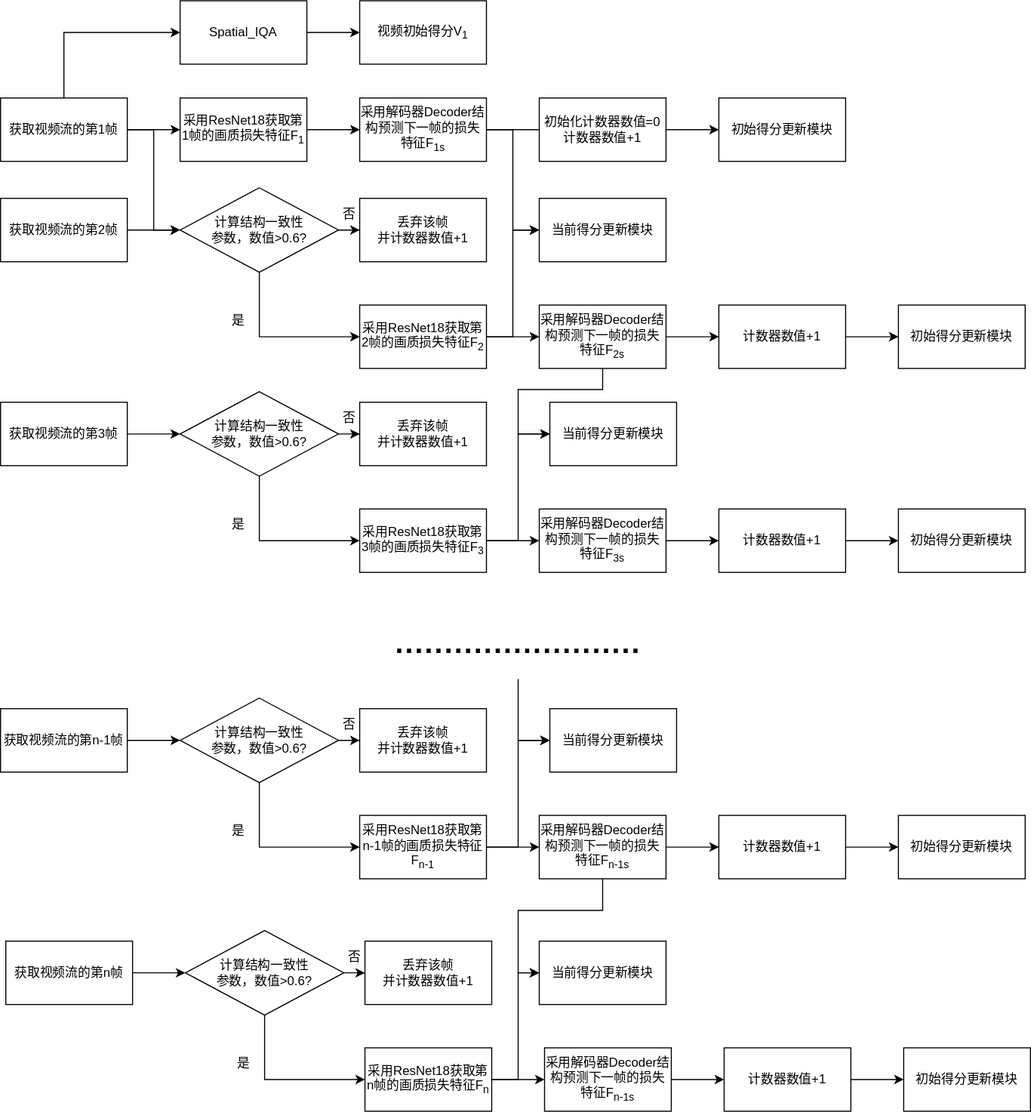
Before: stream_video_quality_assessment_flowchart.drawio.svg, a diagram exported from draw.io (hrf666666/FlowCharts). Source tidied: cells renumbered, new cells last; positions are measured from the earlier drawing's top-left corner, leaving out a move shared by most shapes.
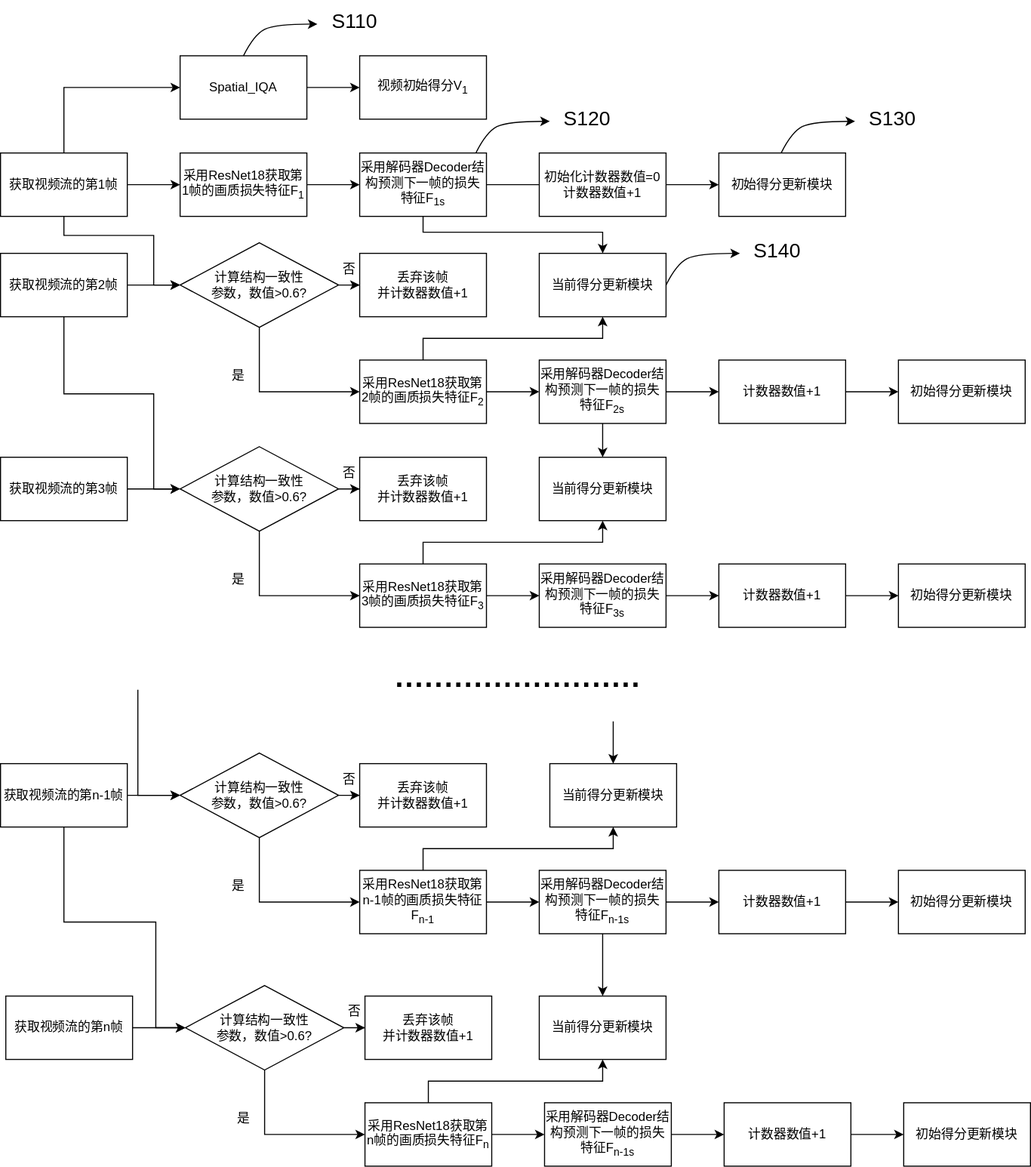
The same diagram one commit later.

Diff of the diagram source:
```diff
@@ -5,12 +5,18 @@
     <mxCell id="2" style="edgeStyle=orthogonalEdgeStyle;rounded=0;jettySize=auto;html=1;exitX=0.5;exitY=0;exitDx=0;exitDy=0;entryX=0;entryY=0.5;entryDx=0;entryDy=0;" parent="1" edge="1" source="5" target="7">
       <mxGeometry relative="1" as="geometry" />
     </mxCell>
+    <mxCell id="4" style="edgeStyle=orthogonalEdgeStyle;rounded=0;jettySize=auto;html=1;exitX=1;exitY=0.5;exitDx=0;exitDy=0;entryX=0;entryY=0.5;entryDx=0;entryDy=0;" parent="1" edge="1" source="5" target="10">
+      <mxGeometry relative="1" as="geometry" />
+    </mxCell>
     <mxCell id="3" style="edgeStyle=orthogonalEdgeStyle;rounded=0;jettySize=auto;html=1;entryX=0;entryY=0.5;entryDx=0;entryDy=0;" parent="1" edge="1" source="5" target="26">
-      <mxGeometry relative="1" as="geometry" />
+      <mxGeometry relative="1" as="geometry">
+        <Array as="points">
+          <mxPoint x="60" y="170" />
+          <mxPoint x="145" y="170" />
+          <mxPoint x="145" y="217" />
+        </Array>
+      </mxGeometry>
     </mxCell>
-    <mxCell id="4" style="edgeStyle=orthogonalEdgeStyle;rounded=0;jettySize=auto;html=1;exitX=1;exitY=0.5;exitDx=0;exitDy=0;entryX=0;entryY=0.5;entryDx=0;entryDy=0;" parent="1" edge="1" source="5" target="10">
-      <mxGeometry relative="1" as="geometry" />
-    </mxCell>
     <mxCell id="5" value="获取视频流的第1帧" style="rounded=0;whiteSpace=wrap;html=1;" parent="1" vertex="1">
       <mxGeometry y="92" width="120" height="60" as="geometry" />
     </mxCell>
@@ -34,8 +40,13 @@
         <mxPoint x="530" y="122" as="targetPoint" />
       </mxGeometry>
     </mxCell>
-    <mxCell id="12" style="edgeStyle=orthogonalEdgeStyle;rounded=0;jettySize=auto;html=1;entryX=0;entryY=0.5;entryDx=0;entryDy=0;" parent="1" edge="1" source="13" target="34">
-      <mxGeometry relative="1" as="geometry" />
+    <mxCell id="12" style="edgeStyle=orthogonalEdgeStyle;rounded=0;jettySize=auto;html=1;entryX=0.5;entryY=0;entryDx=0;entryDy=0;exitX=0.5;exitY=1;exitDx=0;exitDy=0;" parent="1" edge="1" source="13" target="34">
+      <mxGeometry relative="1" as="geometry">
+        <Array as="points">
+          <mxPoint x="400" y="167" />
+          <mxPoint x="570" y="167" />
+        </Array>
+      </mxGeometry>
     </mxCell>
     <mxCell id="13" value="采用解码器Decoder结构预测下一帧的损失特征F&lt;sub&gt;1s&lt;/sub&gt;" style="rounded=0;whiteSpace=wrap;html=1;" parent="1" vertex="1">
       <mxGeometry x="340" y="92" width="120" height="60" as="geometry" />
@@ -45,13 +56,22 @@
         <mxPoint x="170" y="217" as="targetPoint" />
       </mxGeometry>
     </mxCell>
+    <mxCell id="89" style="edgeStyle=orthogonalEdgeStyle;rounded=0;jettySize=auto;html=1;entryX=0;entryY=0.5;entryDx=0;entryDy=0;" parent="1" edge="1" source="15" target="46">
+      <mxGeometry relative="1" as="geometry">
+        <Array as="points">
+          <mxPoint x="60" y="320" />
+          <mxPoint x="145" y="320" />
+          <mxPoint x="145" y="410" />
+        </Array>
+      </mxGeometry>
+    </mxCell>
     <mxCell id="15" value="获取视频流的第2帧" style="rounded=0;whiteSpace=wrap;html=1;" parent="1" vertex="1">
       <mxGeometry y="187" width="120" height="60" as="geometry" />
     </mxCell>
     <mxCell id="16" style="edgeStyle=orthogonalEdgeStyle;rounded=0;jettySize=auto;html=1;entryX=0;entryY=0.5;entryDx=0;entryDy=0;" parent="1" edge="1" source="18" target="21">
       <mxGeometry relative="1" as="geometry" />
     </mxCell>
-    <mxCell id="17" style="edgeStyle=orthogonalEdgeStyle;rounded=0;jettySize=auto;html=1;entryX=0;entryY=0.5;entryDx=0;entryDy=0;" parent="1" edge="1" source="18" target="34">
+    <mxCell id="17" style="edgeStyle=orthogonalEdgeStyle;rounded=0;jettySize=auto;html=1;entryX=0.5;entryY=1;entryDx=0;entryDy=0;exitX=0.5;exitY=0;exitDx=0;exitDy=0;" parent="1" edge="1" source="18" target="34">
       <mxGeometry relative="1" as="geometry" />
     </mxCell>
     <mxCell id="18" value="采用ResNet18获取第2帧的画质损失特征F&lt;sub&gt;2&lt;/sub&gt;" style="rounded=0;whiteSpace=wrap;html=1;" parent="1" vertex="1">
@@ -60,14 +80,8 @@
     <mxCell id="19" style="edgeStyle=orthogonalEdgeStyle;rounded=0;jettySize=auto;html=1;entryX=0;entryY=0.5;entryDx=0;entryDy=0;" parent="1" edge="1" source="21" target="23">
       <mxGeometry relative="1" as="geometry" />
     </mxCell>
-    <mxCell id="20" style="edgeStyle=orthogonalEdgeStyle;rounded=0;jettySize=auto;html=1;entryX=0;entryY=0.5;entryDx=0;entryDy=0;" parent="1" edge="1" source="21" target="51">
-      <mxGeometry relative="1" as="geometry">
-        <Array as="points">
-          <mxPoint x="570" y="368" />
-          <mxPoint x="490" y="368" />
-          <mxPoint x="490" y="410" />
-        </Array>
-      </mxGeometry>
+    <mxCell id="20" style="edgeStyle=orthogonalEdgeStyle;rounded=0;jettySize=auto;html=1;" parent="1" edge="1" source="21" target="51">
+      <mxGeometry relative="1" as="geometry" />
     </mxCell>
     <mxCell id="21" value="采用解码器Decoder结构预测下一帧的损失特征F&lt;sub&gt;2s&lt;/sub&gt;" style="rounded=0;whiteSpace=wrap;html=1;" parent="1" vertex="1">
       <mxGeometry x="510" y="288" width="120" height="60" as="geometry" />
@@ -122,7 +136,7 @@
     <mxCell id="37" style="edgeStyle=orthogonalEdgeStyle;rounded=0;jettySize=auto;html=1;entryX=0;entryY=0.5;entryDx=0;entryDy=0;" parent="1" edge="1" source="39" target="41">
       <mxGeometry relative="1" as="geometry" />
     </mxCell>
-    <mxCell id="38" style="edgeStyle=orthogonalEdgeStyle;rounded=0;jettySize=auto;html=1;entryX=0;entryY=0.5;entryDx=0;entryDy=0;" parent="1" edge="1" source="39" target="51">
+    <mxCell id="38" style="edgeStyle=orthogonalEdgeStyle;rounded=0;jettySize=auto;html=1;entryX=0.5;entryY=1;entryDx=0;entryDy=0;exitX=0.5;exitY=0;exitDx=0;exitDy=0;" parent="1" edge="1" source="39" target="51">
       <mxGeometry relative="1" as="geometry" />
     </mxCell>
     <mxCell id="39" value="采用ResNet18获取第3帧的画质损失特征F&lt;sub&gt;3&lt;/sub&gt;" style="rounded=0;whiteSpace=wrap;html=1;" parent="1" vertex="1">
@@ -162,20 +176,29 @@
       <mxGeometry x="850" y="481" width="120" height="60" as="geometry" />
     </mxCell>
     <mxCell id="51" value="当前得分更新模块" style="rounded=0;whiteSpace=wrap;html=1;" parent="1" vertex="1">
-      <mxGeometry x="520" y="380" width="120" height="60" as="geometry" />
+      <mxGeometry x="510" y="380" width="120" height="60" as="geometry" />
     </mxCell>
     <mxCell id="52" style="edgeStyle=orthogonalEdgeStyle;rounded=0;jettySize=auto;html=1;" parent="1" edge="1" source="53">
       <mxGeometry relative="1" as="geometry">
         <mxPoint x="170" y="700" as="targetPoint" />
       </mxGeometry>
     </mxCell>
+    <mxCell id="90" style="edgeStyle=orthogonalEdgeStyle;rounded=0;jettySize=auto;html=1;entryX=0;entryY=0.5;entryDx=0;entryDy=0;" parent="1" edge="1" source="53" target="82">
+      <mxGeometry relative="1" as="geometry">
+        <Array as="points">
+          <mxPoint x="60" y="820" />
+          <mxPoint x="147" y="820" />
+          <mxPoint x="147" y="920" />
+        </Array>
+      </mxGeometry>
+    </mxCell>
     <mxCell id="53" value="获取视频流的第n-1帧" style="rounded=0;whiteSpace=wrap;html=1;" parent="1" vertex="1">
       <mxGeometry y="670" width="120" height="60" as="geometry" />
     </mxCell>
     <mxCell id="54" style="edgeStyle=orthogonalEdgeStyle;rounded=0;jettySize=auto;html=1;entryX=0;entryY=0.5;entryDx=0;entryDy=0;" parent="1" edge="1" source="56" target="59">
       <mxGeometry relative="1" as="geometry" />
     </mxCell>
-    <mxCell id="55" style="edgeStyle=orthogonalEdgeStyle;rounded=0;jettySize=auto;html=1;entryX=0;entryY=0.5;entryDx=0;entryDy=0;" parent="1" edge="1" source="56" target="69">
+    <mxCell id="55" style="edgeStyle=orthogonalEdgeStyle;rounded=0;jettySize=auto;html=1;entryX=0.5;entryY=1;entryDx=0;entryDy=0;exitX=0.5;exitY=0;exitDx=0;exitDy=0;" parent="1" edge="1" source="56" target="69">
       <mxGeometry relative="1" as="geometry" />
     </mxCell>
     <mxCell id="56" value="采用ResNet18获取第n-1帧的画质损失特征F&lt;sub&gt;n-1&lt;/sub&gt;" style="rounded=0;whiteSpace=wrap;html=1;" parent="1" vertex="1">
@@ -184,14 +207,8 @@
     <mxCell id="57" style="edgeStyle=orthogonalEdgeStyle;rounded=0;jettySize=auto;html=1;entryX=0;entryY=0.5;entryDx=0;entryDy=0;" parent="1" edge="1" source="59" target="61">
       <mxGeometry relative="1" as="geometry" />
     </mxCell>
-    <mxCell id="58" style="edgeStyle=orthogonalEdgeStyle;rounded=0;jettySize=auto;html=1;entryX=0;entryY=0.5;entryDx=0;entryDy=0;" parent="1" edge="1" source="59" target="87">
-      <mxGeometry relative="1" as="geometry">
-        <Array as="points">
-          <mxPoint x="570" y="861" />
-          <mxPoint x="490" y="861" />
-          <mxPoint x="490" y="920" />
-        </Array>
-      </mxGeometry>
+    <mxCell id="58" style="edgeStyle=orthogonalEdgeStyle;rounded=0;jettySize=auto;html=1;" parent="1" edge="1" source="59" target="87">
+      <mxGeometry relative="1" as="geometry" />
     </mxCell>
     <mxCell id="59" value="采用解码器Decoder结构预测下一帧的损失特征F&lt;sub&gt;n-1s&lt;/sub&gt;" style="rounded=0;whiteSpace=wrap;html=1;" parent="1" vertex="1">
       <mxGeometry x="510" y="771" width="120" height="60" as="geometry" />
@@ -227,7 +244,7 @@
       <mxGeometry x="520" y="670" width="120" height="60" as="geometry" />
     </mxCell>
     <mxCell id="70" value="&lt;font style=&quot;font-size: 28px;&quot;&gt;&lt;b&gt;·························&lt;/b&gt;&lt;/font&gt;" style="text;html=1;align=center;verticalAlign=middle;strokeColor=none;fillColor=none;" parent="1" vertex="1">
-      <mxGeometry x="360" y="590" width="260" height="50" as="geometry" />
+      <mxGeometry x="360" y="570" width="260" height="50" as="geometry" />
     </mxCell>
     <mxCell id="71" style="edgeStyle=orthogonalEdgeStyle;rounded=0;jettySize=auto;html=1;" parent="1" edge="1" source="72">
       <mxGeometry relative="1" as="geometry">
@@ -240,13 +257,8 @@
     <mxCell id="73" style="edgeStyle=orthogonalEdgeStyle;rounded=0;jettySize=auto;html=1;entryX=0;entryY=0.5;entryDx=0;entryDy=0;" parent="1" edge="1" source="75" target="77">
       <mxGeometry relative="1" as="geometry" />
     </mxCell>
-    <mxCell id="74" style="edgeStyle=orthogonalEdgeStyle;rounded=0;jettySize=auto;html=1;entryX=0;entryY=0.5;entryDx=0;entryDy=0;" parent="1" edge="1" source="75" target="87">
-      <mxGeometry relative="1" as="geometry">
-        <Array as="points">
-          <mxPoint x="490" y="1021" />
-          <mxPoint x="490" y="920" />
-        </Array>
-      </mxGeometry>
+    <mxCell id="74" style="edgeStyle=orthogonalEdgeStyle;rounded=0;jettySize=auto;html=1;entryX=0.5;entryY=1;entryDx=0;entryDy=0;exitX=0.5;exitY=0;exitDx=0;exitDy=0;" parent="1" edge="1" source="75" target="87">
+      <mxGeometry relative="1" as="geometry" />
     </mxCell>
     <mxCell id="75" value="采用ResNet18获取第n帧的画质损失特征F&lt;sub&gt;n&lt;/sub&gt;" style="rounded=0;whiteSpace=wrap;html=1;" parent="1" vertex="1">
       <mxGeometry x="345" y="991" width="120" height="60" as="geometry" />
@@ -287,14 +299,75 @@
     <mxCell id="87" value="当前得分更新模块" style="rounded=0;whiteSpace=wrap;html=1;" parent="1" vertex="1">
       <mxGeometry x="510" y="890" width="120" height="60" as="geometry" />
     </mxCell>
-    <mxCell id="88" style="endArrow=classic;html=1;rounded=0;" parent="1" edge="1">
-      <mxGeometry relative="1" as="geometry">
-        <mxPoint x="490" y="642" as="sourcePoint" />
-        <mxPoint x="520" y="700" as="targetPoint" />
-        <Array as="points">
-          <mxPoint x="490" y="700" />
-        </Array>
-      </mxGeometry>
-    </mxCell>
+    <mxCell id="91" style="endArrow=classic;html=1;rounded=0;entryX=0;entryY=0.5;entryDx=0;entryDy=0;" parent="1" edge="1" target="64">
+      <mxGeometry relative="1" as="geometry">
+        <mxPoint x="130" y="600" as="sourcePoint" />
+        <Array as="points">
+          <mxPoint x="130" y="630" />
+          <mxPoint x="130" y="670" />
+          <mxPoint x="130" y="700" />
+        </Array>
+      </mxGeometry>
+    </mxCell>
+    <mxCell id="92" style="endArrow=classic;html=1;rounded=0;entryX=0.5;entryY=0;entryDx=0;entryDy=0;" parent="1" edge="1" target="69">
+      <mxGeometry relative="1" as="geometry">
+        <mxPoint x="580" y="630" as="sourcePoint" />
+        <Array as="points">
+          <mxPoint x="580" y="640" />
+        </Array>
+      </mxGeometry>
+    </mxCell>
+    <mxCell id="93" style="curved=1;endArrow=classic;html=1;rounded=0;" parent="1" edge="1">
+      <mxGeometry relative="1" as="geometry">
+        <mxPoint x="450" y="92" as="sourcePoint" />
+        <mxPoint x="520" y="62" as="targetPoint" />
+        <Array as="points">
+          <mxPoint x="460" y="72" />
+          <mxPoint x="480" y="62" />
+        </Array>
+      </mxGeometry>
+    </mxCell>
+    <mxCell id="94" value="S120" style="text;html=1;align=center;verticalAlign=middle;strokeColor=none;fillColor=none;fontSize=19;" parent="1" vertex="1">
+      <mxGeometry x="520" y="40" width="70" height="40" as="geometry" />
+    </mxCell>
+    <mxCell id="95" style="curved=1;endArrow=classic;html=1;rounded=0;" parent="1" edge="1">
+      <mxGeometry relative="1" as="geometry">
+        <mxPoint x="230" as="sourcePoint" />
+        <mxPoint x="300" y="-30" as="targetPoint" />
+        <Array as="points">
+          <mxPoint x="240" y="-20" />
+          <mxPoint x="260" y="-30" />
+        </Array>
+      </mxGeometry>
+    </mxCell>
+    <mxCell id="96" value="S110" style="text;html=1;align=center;verticalAlign=middle;strokeColor=none;fillColor=none;fontSize=19;" parent="1" vertex="1">
+      <mxGeometry x="300" y="-52" width="70" height="40" as="geometry" />
+    </mxCell>
+    <mxCell id="97" style="curved=1;endArrow=classic;html=1;rounded=0;" parent="1" edge="1">
+      <mxGeometry relative="1" as="geometry">
+        <mxPoint x="739" y="92" as="sourcePoint" />
+        <mxPoint x="809" y="62" as="targetPoint" />
+        <Array as="points">
+          <mxPoint x="749" y="72" />
+          <mxPoint x="769" y="62" />
+        </Array>
+      </mxGeometry>
+    </mxCell>
+    <mxCell id="98" value="S130" style="text;html=1;align=center;verticalAlign=middle;strokeColor=none;fillColor=none;fontSize=19;" parent="1" vertex="1">
+      <mxGeometry x="809" y="40" width="70" height="40" as="geometry" />
+    </mxCell>
+    <mxCell id="99" style="curved=1;endArrow=classic;html=1;rounded=0;" parent="1" edge="1">
+      <mxGeometry relative="1" as="geometry">
+        <mxPoint x="630" y="217" as="sourcePoint" />
+        <mxPoint x="700" y="187" as="targetPoint" />
+        <Array as="points">
+          <mxPoint x="640" y="197" />
+          <mxPoint x="660" y="187" />
+        </Array>
+      </mxGeometry>
+    </mxCell>
+    <mxCell id="100" value="S140" style="text;html=1;align=center;verticalAlign=middle;strokeColor=none;fillColor=none;fontSize=19;" parent="1" vertex="1">
+      <mxGeometry x="700" y="165" width="70" height="40" as="geometry" />
+    </mxCell>
   </root>
 </mxGraphModel>
```
